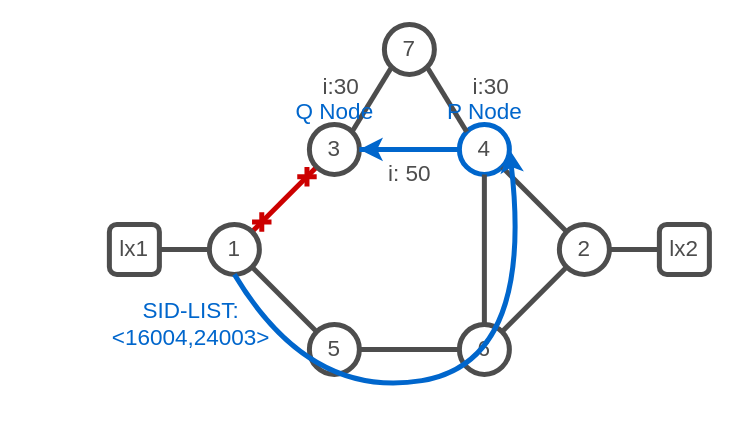
This is page "5" (5 of 6) of images/lab-topologies.drawio from IntuitiveSoft-net/sr-lab, a draw.io file, before an edit. Source tidied: cells renumbered, new cells numbered last; positions are measured from the earlier drawing's top-left corner, leaving out a move shared by most shapes. Both pictures are drawn from the tidied source at 125%, with x=0, y=0 at pixel (96, 24).
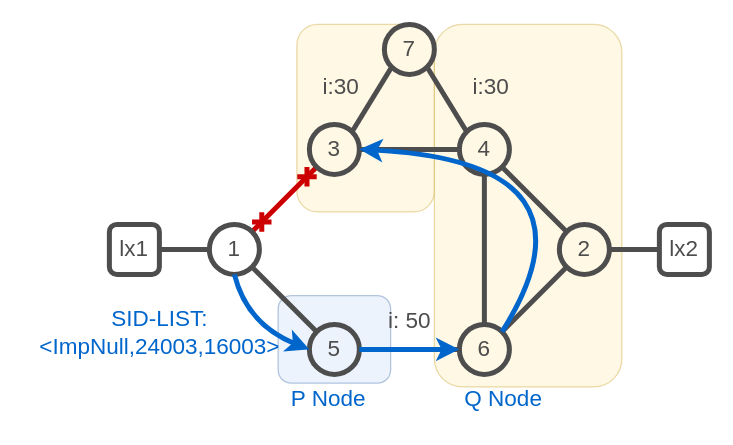
The same diagram, later.

Unchanged cells that the change refers to:
```xml
<mxCell id="3" value="&lt;font color=&quot;#4d4d4d&quot; style=&quot;font-size: 18px;&quot;&gt;1&lt;/font&gt;" style="ellipse;whiteSpace=wrap;html=1;strokeWidth=4;shadow=0;gradientColor=default;fillColor=none;strokeColor=#4D4D4D;" parent="1" vertex="1">
  <mxGeometry x="90" y="160" width="40" height="40" as="geometry" />
</mxCell>
<mxCell id="5" value="&lt;font color=&quot;#4d4d4d&quot; style=&quot;font-size: 18px;&quot;&gt;3&lt;/font&gt;" style="ellipse;whiteSpace=wrap;html=1;strokeWidth=4;shadow=0;gradientColor=default;fillColor=none;strokeColor=#4D4D4D;" parent="1" vertex="1">
  <mxGeometry x="170" y="80" width="40" height="40" as="geometry" />
</mxCell>
<mxCell id="7" value="&lt;font color=&quot;#4d4d4d&quot; style=&quot;font-size: 18px;&quot;&gt;5&lt;/font&gt;" style="ellipse;whiteSpace=wrap;html=1;strokeWidth=4;shadow=0;gradientColor=default;fillColor=none;strokeColor=#4D4D4D;" parent="1" vertex="1">
  <mxGeometry x="170" y="240" width="40" height="40" as="geometry" />
</mxCell>
<mxCell id="8" value="&lt;font color=&quot;#4d4d4d&quot; style=&quot;font-size: 18px;&quot;&gt;6&lt;/font&gt;" style="ellipse;whiteSpace=wrap;html=1;strokeWidth=4;shadow=0;gradientColor=default;fillColor=none;strokeColor=#4D4D4D;" parent="1" vertex="1">
  <mxGeometry x="290" y="240" width="40" height="40" as="geometry" />
</mxCell>
```

Diff of the diagram source:
```diff
@@
+    <mxCell id="30" style="rounded=1;whiteSpace=wrap;html=1;strokeColor=#d6b656;fillColor=#fff2cc;opacity=50;rotation=-90;" parent="1" vertex="1">
+      <mxGeometry x="140" y="20" width="150" height="110" as="geometry" />
+    </mxCell>
+    <mxCell id="31" style="rounded=1;whiteSpace=wrap;html=1;strokeColor=#d6b656;fillColor=#fff2cc;opacity=50;" parent="1" vertex="1">
+      <mxGeometry x="270" width="150" height="290" as="geometry" />
+    </mxCell>
+    <mxCell id="32" style="rounded=1;whiteSpace=wrap;html=1;strokeColor=#6c8ebf;fillColor=#dae8fc;gradientColor=none;opacity=50;" parent="1" vertex="1">
+      <mxGeometry x="145" y="217" width="90" height="70" as="geometry" />
+    </mxCell>
@@
-    <mxCell id="6" value="&lt;font color=&quot;#4d4d4d&quot; style=&quot;font-size: 18px;&quot;&gt;4&lt;/font&gt;" style="ellipse;whiteSpace=wrap;html=1;strokeWidth=4;shadow=0;gradientColor=default;fillColor=none;strokeColor=#0066CC;" parent="1" vertex="1">
+    <mxCell id="6" value="&lt;font color=&quot;#4d4d4d&quot; style=&quot;font-size: 18px;&quot;&gt;4&lt;/font&gt;" style="ellipse;whiteSpace=wrap;html=1;strokeWidth=4;shadow=0;gradientColor=default;fillColor=none;strokeColor=#4D4D4D;" parent="1" vertex="1">
       <mxGeometry x="290" y="80" width="40" height="40" as="geometry" />
     </mxCell>
@@
-    <mxCell id="11" style="rounded=0;jettySize=auto;html=1;exitX=0;exitY=0.5;exitDx=0;exitDy=0;entryX=1;entryY=0.5;entryDx=0;entryDy=0;fontSize=18;fontColor=#4D4D4D;endArrow=none;endFill=0;strokeColor=#0066CC;strokeWidth=4;" parent="1" edge="1" source="6" target="5">
+    <mxCell id="11" style="rounded=0;jettySize=auto;html=1;exitX=0;exitY=0.5;exitDx=0;exitDy=0;entryX=1;entryY=0.5;entryDx=0;entryDy=0;fontSize=18;fontColor=#4D4D4D;endArrow=none;endFill=0;strokeColor=#4D4D4D;strokeWidth=4;" parent="1" edge="1" source="6" target="5">
       <mxGeometry relative="1" as="geometry" />
     </mxCell>
@@
-    <mxCell id="22" style="endArrow=classic;html=1;rounded=0;strokeColor=#0066CC;strokeWidth=4;fontSize=18;fontColor=#4D4D4D;curved=1;entryX=1;entryY=0.5;entryDx=0;entryDy=0;exitX=0;exitY=0.5;exitDx=0;exitDy=0;" parent="1" edge="1" source="6" target="5">
+    <mxCell id="22" style="endArrow=classic;html=1;rounded=0;strokeColor=#0066CC;strokeWidth=4;fontSize=18;fontColor=#4D4D4D;curved=1;entryX=0;entryY=0.5;entryDx=0;entryDy=0;exitX=1;exitY=0.5;exitDx=0;exitDy=0;" parent="1" edge="1" source="7" target="8">
       <mxGeometry relative="1" as="geometry" />
     </mxCell>
-    <mxCell id="23" style="endArrow=classic;html=1;rounded=0;strokeColor=#0066CC;strokeWidth=4;fontSize=18;fontColor=#4D4D4D;curved=1;entryX=1;entryY=0.5;entryDx=0;entryDy=0;exitX=0.5;exitY=1;exitDx=0;exitDy=0;" parent="1" edge="1" source="3" target="6">
+    <mxCell id="23" style="endArrow=classic;html=1;rounded=0;strokeColor=#0066CC;strokeWidth=4;fontSize=18;fontColor=#4D4D4D;curved=1;exitX=0.5;exitY=1;exitDx=0;exitDy=0;entryX=0;entryY=0.5;entryDx=0;entryDy=0;" parent="1" edge="1" source="3" target="7">
       <mxGeometry relative="1" as="geometry">
         <Array as="points">
-          <mxPoint x="170" y="300" />
-          <mxPoint x="350" y="270" />
+          <mxPoint x="120" y="240" />
         </Array>
       </mxGeometry>
     </mxCell>
-    <mxCell id="24" value="&lt;font color=&quot;#0066cc&quot;&gt;SID-LIST: &lt;br&gt;&amp;lt;16004,24003&amp;gt;&lt;/font&gt;" style="text;html=1;align=center;verticalAlign=middle;strokeColor=none;fillColor=none;fontSize=18;fontColor=#4D4D4D;" parent="1" vertex="1">
-      <mxGeometry y="210" width="150" height="60" as="geometry" />
+    <mxCell id="24" value="&lt;font color=&quot;#0066cc&quot;&gt;SID-LIST: &lt;br&gt;&amp;lt;ImpNull,24003,16003&amp;gt;&lt;/font&gt;" style="text;html=1;align=center;verticalAlign=middle;strokeColor=none;fillColor=none;fontSize=18;fontColor=#4D4D4D;" parent="1" vertex="1">
+      <mxGeometry x="-60" y="217" width="220" height="60" as="geometry" />
     </mxCell>
     <mxCell id="25" value="P Node" style="text;html=1;align=center;verticalAlign=middle;strokeColor=none;fillColor=none;fontSize=18;fontColor=#0066CC;" parent="1" vertex="1">
-      <mxGeometry x="270" y="50" width="80" height="40" as="geometry" />
+      <mxGeometry x="145" y="280" width="80" height="40" as="geometry" />
     </mxCell>
     <mxCell id="26" value="Q Node" style="text;html=1;align=center;verticalAlign=middle;strokeColor=none;fillColor=none;fontSize=18;fontColor=#0066CC;" parent="1" vertex="1">
-      <mxGeometry x="145" y="50" width="90" height="40" as="geometry" />
+      <mxGeometry x="280" y="280" width="90" height="40" as="geometry" />
     </mxCell>
     <mxCell id="27" value="&lt;font color=&quot;#4d4d4d&quot;&gt;i: 50&lt;/font&gt;" style="text;html=1;align=center;verticalAlign=middle;strokeColor=none;fillColor=none;fontSize=18;fontColor=#0066CC;" parent="1" vertex="1">
-      <mxGeometry x="220" y="100" width="60" height="40" as="geometry" />
+      <mxGeometry x="220" y="217" width="60" height="40" as="geometry" />
     </mxCell>
@@
+    <mxCell id="33" style="endArrow=classic;html=1;rounded=0;strokeColor=#0066CC;strokeWidth=4;fontSize=18;fontColor=#4D4D4D;curved=1;exitX=1;exitY=0;exitDx=0;exitDy=0;entryX=1;entryY=0.5;entryDx=0;entryDy=0;" parent="1" edge="1" source="8" target="5">
+      <mxGeometry relative="1" as="geometry">
+        <Array as="points">
+          <mxPoint x="410" y="110" />
+        </Array>
+      </mxGeometry>
+    </mxCell>
```
